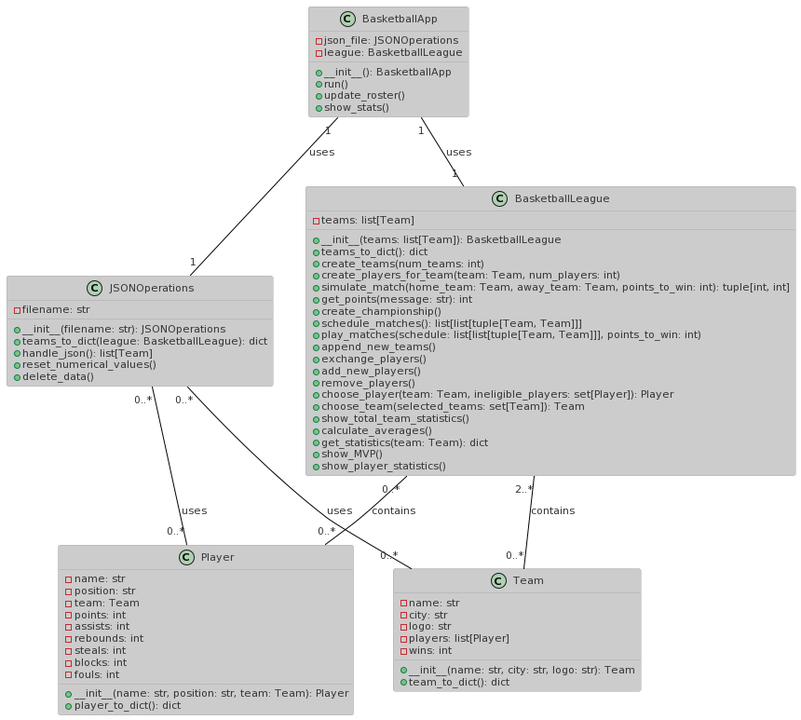
Above: 2paradoteo/Class Diagram/Class DIagram.png in KotsiosDimis/Basketball-system (PlantUML), before the change. Source of this version:
```plantuml
@startuml
!theme reddress-lightblue

class Player {
 - name: str
 - position: str
 - team: Team
 - points: int
 - assists: int
 - rebounds: int
 - steals: int
 - blocks: int
 - fouls: int
 + __init__(name: str, position: str, team: Team): Player
 + player_to_dict(): dict
}

class Team {
 - name: str
 - city: str
 - logo: str
 - players: list[Player]
 - wins: int
 + __init__(name: str, city: str, logo: str): Team
 + team_to_dict(): dict
}

class JSONOperations {
 - filename: str
 + __init__(filename: str): JSONOperations
 + teams_to_dict(league: BasketballLeague): dict
 + handle_json(): list[Team]
 + reset_numerical_values()
 + delete_data()
}

class BasketballLeague {
 - teams: list[Team]
 + __init__(teams: list[Team]): BasketballLeague
 + teams_to_dict(): dict
 + create_teams(num_teams: int)
 + create_players_for_team(team: Team, num_players: int)
 + simulate_match(home_team: Team, away_team: Team, points_to_win: int): tuple[int, int]
 + get_points(message: str): int
 + create_championship()
 + schedule_matches(): list[list[tuple[Team, Team]]]
 + play_matches(schedule: list[list[tuple[Team, Team]]], points_to_win: int)
 + append_new_teams()
 + exchange_players()
 + add_new_players()
 + remove_players()
 + choose_player(team: Team, ineligible_players: set[Player]): Player
 + choose_team(selected_teams: set[Team]): Team
 + show_total_team_statistics()
 + calculate_averages()
 + get_statistics(team: Team): dict
 + show_MVP()
 + show_player_statistics()
}

class BasketballApp {
 - json_file: JSONOperations
 - league: BasketballLeague
 + __init__(): BasketballApp
 + run()
 + update_roster()
 + show_stats()
}

BasketballApp "1" -- "1" BasketballLeague : uses
BasketballApp "1" -- "1" JSONOperations : uses
BasketballLeague "2..*" -- "0..*" Team : contains
BasketballLeague "0..*" -- "0..*" Player : contains
JSONOperations "0..*" -- "0..*" Team : uses
JSONOperations "0..*" -- "0..*" Player : uses
@enduml
```
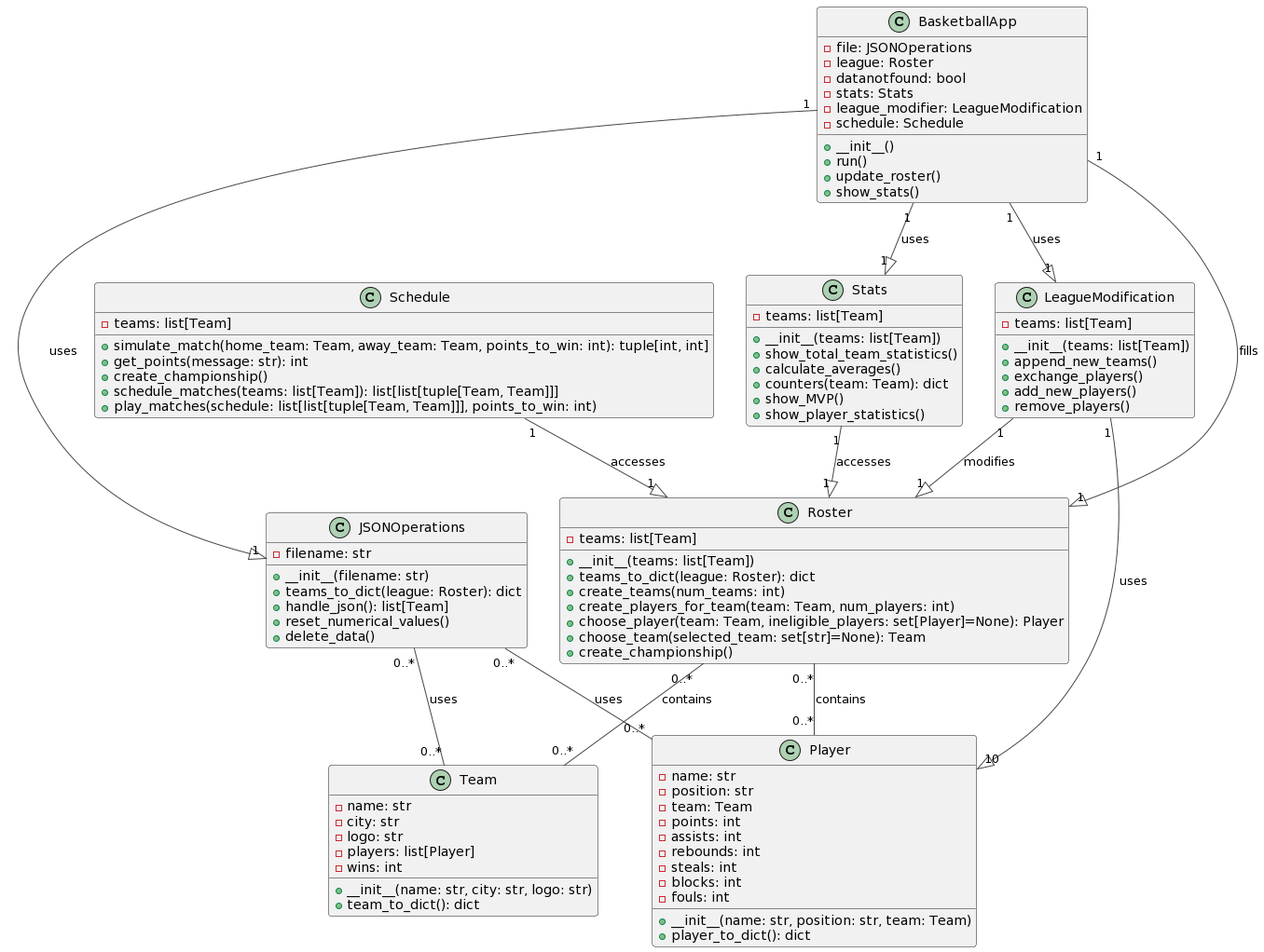
After the commit.

Diff of the diagram source:
```diff
@@ -1,76 +1,111 @@
 @startuml
-!theme reddress-lightblue
+!theme vibrant
+
+class Team {
+  - name: str
+  - city: str
+  - logo: str
+  - players: list[Player]
+  - wins: int
+  + __init__(name: str, city: str, logo: str)
+  + team_to_dict(): dict
+}
 
 class Player {
- - name: str
- - position: str
- - team: Team
- - points: int
- - assists: int
- - rebounds: int
- - steals: int
- - blocks: int
- - fouls: int
- + __init__(name: str, position: str, team: Team): Player
- + player_to_dict(): dict
+  - name: str
+  - position: str
+  - team: Team
+  - points: int
+  - assists: int
+  - rebounds: int
+  - steals: int
+  - blocks: int
+  - fouls: int
+  + __init__(name: str, position: str, team: Team)
+  + player_to_dict(): dict
 }
 
-class Team {
- - name: str
- - city: str
- - logo: str
- - players: list[Player]
- - wins: int
- + __init__(name: str, city: str, logo: str): Team
- + team_to_dict(): dict
+class Roster {
+  - teams: list[Team]
+  + __init__(teams: list[Team])
+  + teams_to_dict(league: Roster): dict
+  + create_teams(num_teams: int)
+  + create_players_for_team(team: Team, num_players: int)
+  + choose_player(team: Team, ineligible_players: set[Player]=None): Player
+  + choose_team(selected_team: set[str]=None): Team
+  + create_championship()
+}
+
+class Schedule {
+  - teams: list[Team]
+  + simulate_match(home_team: Team, away_team: Team, points_to_win: int): tuple[int, int]
+  + get_points(message: str): int
+  + create_championship()
+  + schedule_matches(teams: list[Team]): list[list[tuple[Team, Team]]]
+  + play_matches(schedule: list[list[tuple[Team, Team]]], points_to_win: int)
+}
+
+class LeagueModification {
+  - teams: list[Team]
+  + __init__(teams: list[Team])
+  + append_new_teams()
+  + exchange_players()
+  + add_new_players()
+  + remove_players()
+}
+
+class Stats {
+  - teams: list[Team]
+  + __init__(teams: list[Team])
+  + show_total_team_statistics()
+  + calculate_averages()
+  + counters(team: Team): dict
+  + show_MVP()
+  + show_player_statistics()
 }
 
 class JSONOperations {
- - filename: str
- + __init__(filename: str): JSONOperations
- + teams_to_dict(league: BasketballLeague): dict
- + handle_json(): list[Team]
- + reset_numerical_values()
- + delete_data()
-}
-
-class BasketballLeague {
- - teams: list[Team]
- + __init__(teams: list[Team]): BasketballLeague
- + teams_to_dict(): dict
- + create_teams(num_teams: int)
- + create_players_for_team(team: Team, num_players: int)
- + simulate_match(home_team: Team, away_team: Team, points_to_win: int): tuple[int, int]
- + get_points(message: str): int
- + create_championship()
- + schedule_matches(): list[list[tuple[Team, Team]]]
- + play_matches(schedule: list[list[tuple[Team, Team]]], points_to_win: int)
- + append_new_teams()
- + exchange_players()
- + add_new_players()
- + remove_players()
- + choose_player(team: Team, ineligible_players: set[Player]): Player
- + choose_team(selected_teams: set[Team]): Team
- + show_total_team_statistics()
- + calculate_averages()
- + get_statistics(team: Team): dict
- + show_MVP()
- + show_player_statistics()
+  - filename: str
+  + __init__(filename: str)
+  + teams_to_dict(league: Roster): dict
+  + handle_json(): list[Team]
+  + reset_numerical_values()
+  + delete_data()
 }
 
 class BasketballApp {
- - json_file: JSONOperations
- - league: BasketballLeague
- + __init__(): BasketballApp
- + run()
- + update_roster()
- + show_stats()
+  - file: JSONOperations
+  - league: Roster
+  - datanotfound: bool
+  - stats: Stats
+  - league_modifier: LeagueModification
+  - schedule: Schedule
+  + __init__()
+  + run()
+  + update_roster()
+  + show_stats()
 }
 
-BasketballApp "1" -- "1" BasketballLeague : uses
-BasketballApp "1" -- "1" JSONOperations : uses
-BasketballLeague "2..*" -- "0..*" Team : contains
-BasketballLeague "0..*" -- "0..*" Player : contains
-JSONOperations "0..*" -- "0..*" Team : uses
-JSONOperations "0..*" -- "0..*" Player : uses
+
+
+
+Schedule "1" --|> "1" Roster: accesses
+
+
+
+LeagueModification "1" --|> "1" Roster: modifies
+LeagueModification "1" --|> "10" Player: uses
+
+Stats "1" --|> "1" Roster: accesses
+
+JSONOperations "0..*" -- "0..*" Team: uses
+JSONOperations "0..*" -- "0..*" Player: uses
+
+Roster "0..*" -- "0..*" Team : contains
+Roster "0..*" -- "0..*" Player : contains
+
+BasketballApp "1" --|> "1" JSONOperations: uses
+BasketballApp "1" --|> "1" Roster: fills
+BasketballApp "1" --|> "1" Stats: uses
+BasketballApp "1" --|> "1" LeagueModification: uses
 @enduml
```
